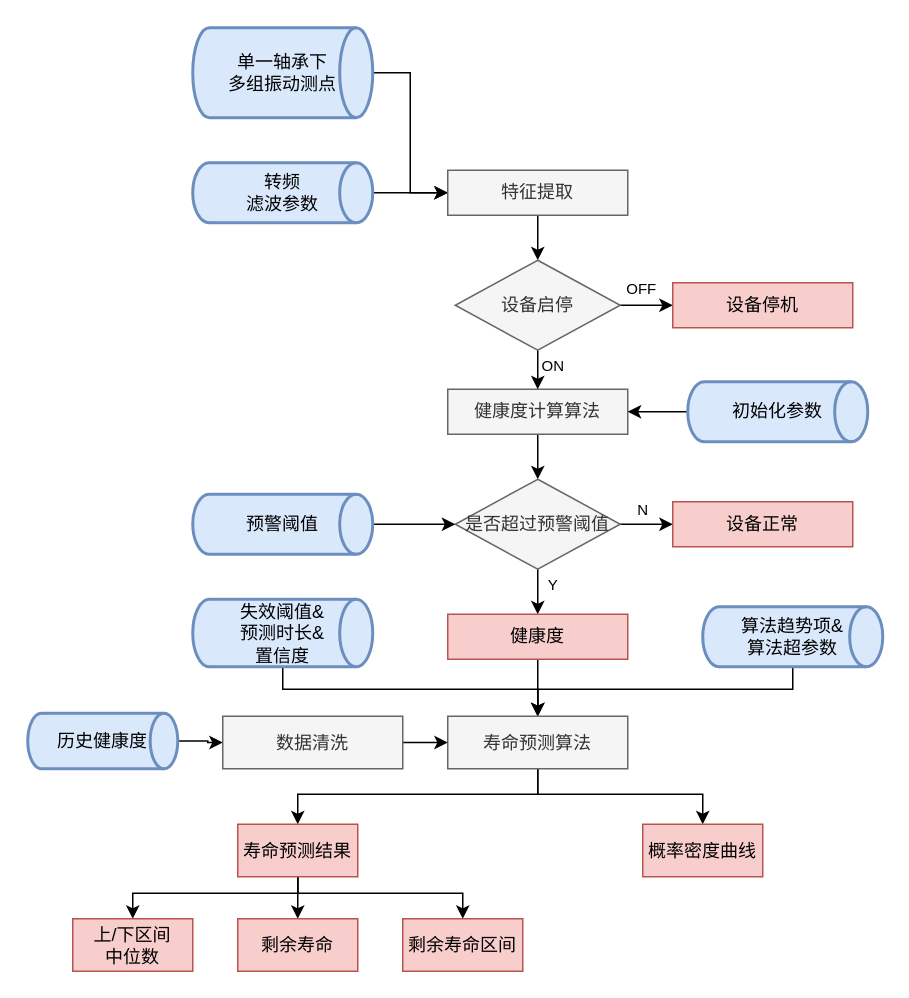
Before: Untitled Diagram.drawio in fanpan0829/interview_python, a draw.io diagram. Source tidied: cells renumbered, new cells numbered last; positions are measured from the earlier drawing's top-left corner, leaving out a move shared by most shapes. Both pictures are drawn from the tidied source at 150%, with x=0, y=0 at pixel (27, 27).
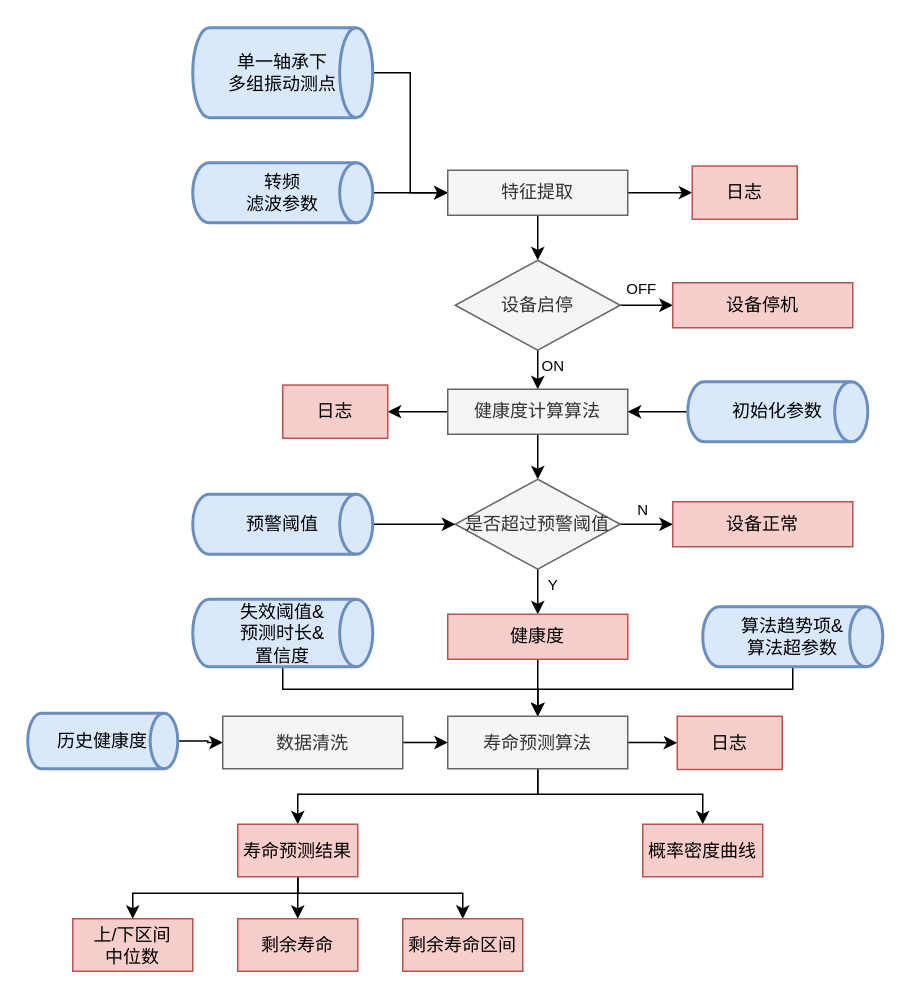
Above is the later version.

The change refers to these unchanged cells:
```xml
<mxCell id="7" value="特征提取" style="rounded=0;whiteSpace=wrap;html=1;fillColor=#f5f5f5;strokeColor=#666666;fontColor=#333333;" parent="1" vertex="1">
  <mxGeometry x="280" y="95" width="120" height="30" as="geometry" />
</mxCell>
<mxCell id="9" value="健康度计算算法" style="rounded=0;whiteSpace=wrap;html=1;fillColor=#f5f5f5;strokeColor=#666666;fontColor=#333333;" parent="1" vertex="1">
  <mxGeometry x="280" y="241" width="120" height="30" as="geometry" />
</mxCell>
<mxCell id="26" value="寿命预测算法" style="rounded=0;whiteSpace=wrap;html=1;fillColor=#f5f5f5;strokeColor=#666666;fontColor=#333333;" parent="1" vertex="1">
  <mxGeometry x="280" y="459" width="120" height="35" as="geometry" />
</mxCell>
```

Change to the diagram source:
```diff
@@
+    <mxCell id="47" style="edgeStyle=orthogonalEdgeStyle;rounded=0;jettySize=auto;html=1;exitX=1;exitY=0.5;exitDx=0;exitDy=0;entryX=0;entryY=0.5;entryDx=0;entryDy=0;" parent="1" edge="1" source="7" target="51">
+      <mxGeometry relative="1" as="geometry" />
+    </mxCell>
@@
+    <mxCell id="48" style="edgeStyle=orthogonalEdgeStyle;rounded=0;jettySize=auto;html=1;entryX=1;entryY=0.5;entryDx=0;entryDy=0;" parent="1" edge="1" source="9" target="52">
+      <mxGeometry relative="1" as="geometry" />
+    </mxCell>
@@
+    <mxCell id="49" style="edgeStyle=orthogonalEdgeStyle;rounded=0;jettySize=auto;html=1;" parent="1" edge="1" source="26" target="50">
+      <mxGeometry relative="1" as="geometry" />
+    </mxCell>
@@
+    <mxCell id="50" value="日志" style="whiteSpace=wrap;html=1;rounded=0;strokeColor=#b85450;fillColor=#f8cecc;" parent="1" vertex="1">
+      <mxGeometry x="433" y="459" width="70" height="35.5" as="geometry" />
+    </mxCell>
+    <mxCell id="51" value="日志" style="whiteSpace=wrap;html=1;rounded=0;strokeColor=#b85450;fillColor=#f8cecc;" parent="1" vertex="1">
+      <mxGeometry x="443" y="92.2" width="70" height="35.5" as="geometry" />
+    </mxCell>
+    <mxCell id="52" value="日志" style="whiteSpace=wrap;html=1;rounded=0;strokeColor=#b85450;fillColor=#f8cecc;" parent="1" vertex="1">
+      <mxGeometry x="170" y="238.2" width="70" height="35.5" as="geometry" />
+    </mxCell>
```
